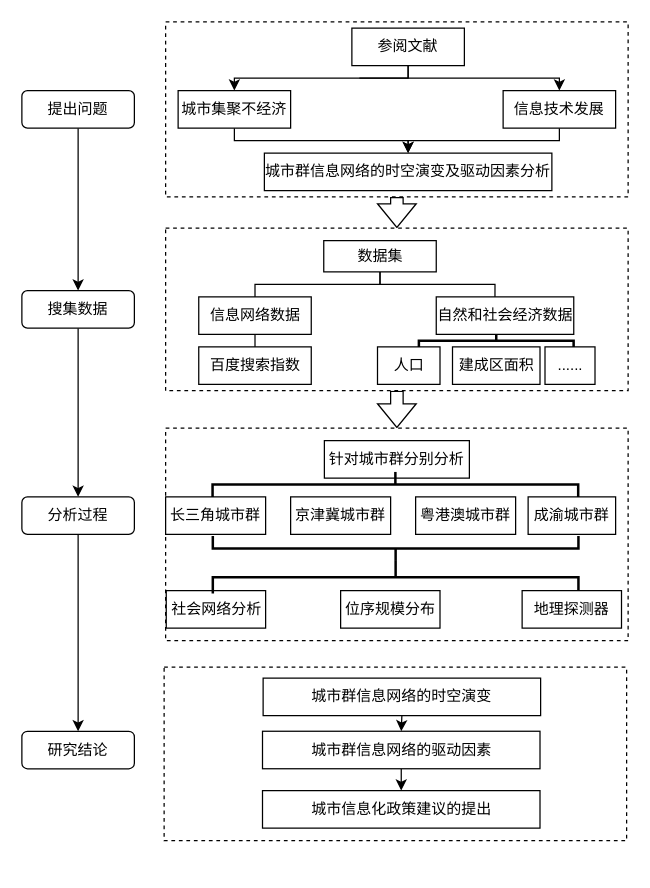
PhysicsZhang/KnowledgeGraph keeps this draw.io diagram as 0415.drawio. Above is the earlier version. Source tidied: cells renumbered, new cells numbered last; positions are measured from the earlier drawing's top-left corner, leaving out a move shared by most shapes. Both pictures are drawn from the tidied source at 125%, with x=0, y=0 at pixel (21, 21).
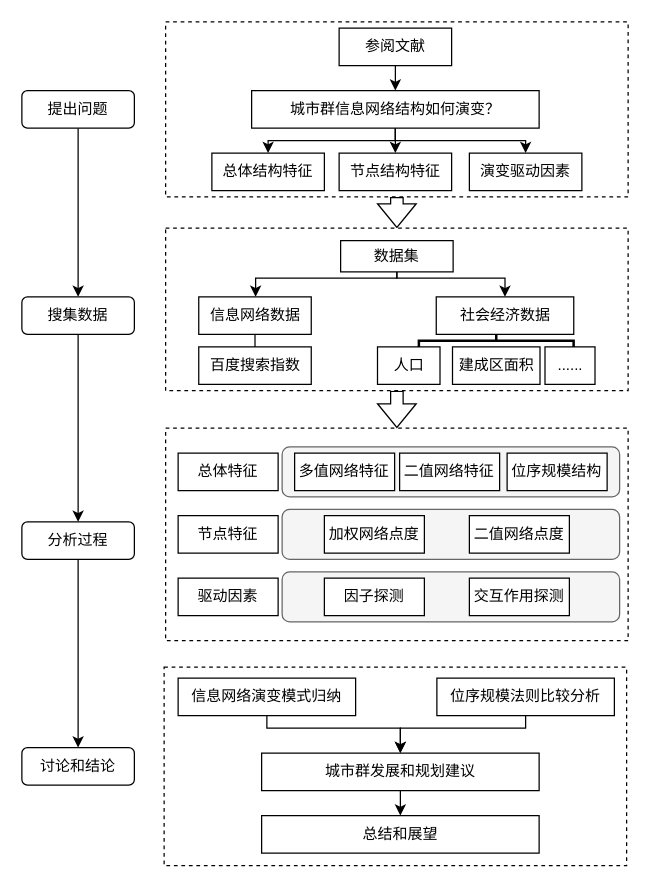
The same page after the edit.

The change refers to these unchanged cells:
```xml
<mxCell id="25" value="信息网络数据" style="rounded=0;whiteSpace=wrap;html=1;" parent="1" vertex="1">
  <mxGeometry x="141.5" y="220" width="90" height="30" as="geometry" />
</mxCell>
```

Change to the diagram source:
```diff
@@
+    <mxCell id="32" style="rounded=0;whiteSpace=wrap;html=1;dashed=1;" parent="1" vertex="1">
+      <mxGeometry x="115" y="325" width="370" height="170" as="geometry" />
+    </mxCell>
+    <mxCell id="50" style="rounded=1;whiteSpace=wrap;html=1;fillColor=#f5f5f5;fontColor=#333333;strokeColor=#666666;" parent="1" vertex="1">
+      <mxGeometry x="208.2" y="340" width="270" height="40" as="geometry" />
+    </mxCell>
@@
     <mxCell id="5" value="搜集数据" style="rounded=1;whiteSpace=wrap;html=1;" parent="1" vertex="1">
-      <mxGeometry y="215" width="90" height="30" as="geometry" />
+      <mxGeometry y="220" width="90" height="30" as="geometry" />
     </mxCell>
@@
     <mxCell id="7" value="分析过程" style="rounded=1;whiteSpace=wrap;html=1;" parent="1" vertex="1">
-      <mxGeometry y="380" width="90" height="30" as="geometry" />
+      <mxGeometry y="400" width="90" height="30" as="geometry" />
     </mxCell>
-    <mxCell id="8" value="研究结论" style="rounded=1;whiteSpace=wrap;html=1;" parent="1" vertex="1">
-      <mxGeometry y="567.5" width="90" height="30" as="geometry" />
+    <mxCell id="8" value="讨论和结论" style="rounded=1;whiteSpace=wrap;html=1;" parent="1" vertex="1">
+      <mxGeometry y="580.6" width="90" height="30" as="geometry" />
     </mxCell>
@@
-    <mxCell id="11" style="rounded=0;jettySize=auto;html=1;exitX=0.5;exitY=1;exitDx=0;exitDy=0;edgeStyle=orthogonalEdgeStyle;" parent="1" edge="1" source="13" target="15">
-      <mxGeometry relative="1" as="geometry">
-        <Array as="points">
-          <mxPoint x="309" y="45" />
-          <mxPoint x="170" y="45" />
-        </Array>
-      </mxGeometry>
-    </mxCell>
-    <mxCell id="12" style="edgeStyle=orthogonalEdgeStyle;rounded=0;jettySize=auto;html=1;exitX=0.5;exitY=1;exitDx=0;exitDy=0;entryX=0.5;entryY=0;entryDx=0;entryDy=0;" parent="1" edge="1" source="13" target="17">
-      <mxGeometry relative="1" as="geometry">
-        <Array as="points">
-          <mxPoint x="270" y="45" />
-          <mxPoint x="370" y="45" />
-        </Array>
-      </mxGeometry>
-    </mxCell>
+    <mxCell id="51" style="edgeStyle=orthogonalEdgeStyle;rounded=0;jettySize=auto;html=1;exitX=0.5;exitY=1;exitDx=0;exitDy=0;entryX=0.5;entryY=0;entryDx=0;entryDy=0;" parent="1" edge="1" source="13" target="18">
+      <mxGeometry relative="1" as="geometry" />
+    </mxCell>
     <mxCell id="13" value="参阅文献" style="rounded=0;whiteSpace=wrap;html=1;" parent="1" vertex="1">
-      <mxGeometry x="264" y="5" width="90" height="30" as="geometry" />
+      <mxGeometry x="253.8" y="5" width="90" height="30" as="geometry" />
     </mxCell>
-    <mxCell id="14" style="edgeStyle=orthogonalEdgeStyle;rounded=0;jettySize=auto;html=1;exitX=0.5;exitY=1;exitDx=0;exitDy=0;entryX=0.5;entryY=0;entryDx=0;entryDy=0;" parent="1" edge="1" source="15" target="18">
-      <mxGeometry relative="1" as="geometry">
-        <Array as="points">
-          <mxPoint x="170" y="95" />
-          <mxPoint x="309" y="95" />
-        </Array>
-      </mxGeometry>
-    </mxCell>
-    <mxCell id="15" value="城市集聚不经济" style="rounded=0;whiteSpace=wrap;html=1;" parent="1" vertex="1">
-      <mxGeometry x="125" y="55" width="90" height="30" as="geometry" />
+    <mxCell id="15" value="总体结构特征" style="rounded=0;whiteSpace=wrap;html=1;" parent="1" vertex="1">
+      <mxGeometry x="152" y="105" width="90" height="30" as="geometry" />
     </mxCell>
-    <mxCell id="16" style="edgeStyle=orthogonalEdgeStyle;rounded=0;jettySize=auto;html=1;exitX=0.5;exitY=1;exitDx=0;exitDy=0;entryX=0.5;entryY=0;entryDx=0;entryDy=0;" parent="1" edge="1" source="17" target="18">
-      <mxGeometry relative="1" as="geometry">
-        <Array as="points">
-          <mxPoint x="370" y="95" />
-          <mxPoint x="270" y="95" />
-        </Array>
-      </mxGeometry>
-    </mxCell>
-    <mxCell id="17" value="信息技术发展" style="rounded=0;whiteSpace=wrap;html=1;" parent="1" vertex="1">
-      <mxGeometry x="385" y="55" width="90" height="30" as="geometry" />
+    <mxCell id="17" value="演变驱动因素" style="rounded=0;whiteSpace=wrap;html=1;" parent="1" vertex="1">
+      <mxGeometry x="358" y="105" width="90" height="30" as="geometry" />
     </mxCell>
+    <mxCell id="52" style="edgeStyle=orthogonalEdgeStyle;rounded=0;jettySize=auto;html=1;exitX=0.5;exitY=1;exitDx=0;exitDy=0;entryX=0.5;entryY=0;entryDx=0;entryDy=0;" parent="1" edge="1" source="18" target="15">
+      <mxGeometry relative="1" as="geometry">
+        <Array as="points">
+          <mxPoint x="299" y="95" />
+          <mxPoint x="197" y="95" />
+        </Array>
+      </mxGeometry>
+    </mxCell>
+    <mxCell id="53" style="edgeStyle=orthogonalEdgeStyle;rounded=0;jettySize=auto;html=1;exitX=0.5;exitY=1;exitDx=0;exitDy=0;entryX=0.5;entryY=0;entryDx=0;entryDy=0;" parent="1" edge="1" source="18" target="57">
+      <mxGeometry relative="1" as="geometry" />
+    </mxCell>
+    <mxCell id="54" style="edgeStyle=orthogonalEdgeStyle;rounded=0;jettySize=auto;html=1;exitX=0.5;exitY=1;exitDx=0;exitDy=0;entryX=0.5;entryY=0;entryDx=0;entryDy=0;" parent="1" edge="1" source="18" target="17">
+      <mxGeometry relative="1" as="geometry">
+        <Array as="points">
+          <mxPoint x="299" y="95" />
+          <mxPoint x="403" y="95" />
+        </Array>
+      </mxGeometry>
+    </mxCell>
-    <mxCell id="18" value="城市群信息网络的时空演变及驱动因素分析" style="rounded=0;whiteSpace=wrap;html=1;" parent="1" vertex="1">
-      <mxGeometry x="194" y="105" width="230" height="30" as="geometry" />
+    <mxCell id="18" value="城市群信息网络结构如何演变？" style="rounded=0;whiteSpace=wrap;html=1;" parent="1" vertex="1">
+      <mxGeometry x="183.8" y="55" width="230" height="30" as="geometry" />
     </mxCell>
@@
-    <mxCell id="21" style="edgeStyle=orthogonalEdgeStyle;rounded=0;jettySize=auto;html=1;exitX=0.5;exitY=1;exitDx=0;exitDy=0;endArrow=none;endFill=0;" parent="1" edge="1" source="23" target="25">
+    <mxCell id="21" style="edgeStyle=orthogonalEdgeStyle;rounded=0;jettySize=auto;html=1;exitX=0.5;exitY=1;exitDx=0;exitDy=0;" parent="1" edge="1" source="23" target="25">
       <mxGeometry relative="1" as="geometry">
         <Array as="points">
-          <mxPoint x="186.5" y="210" />
+          <mxPoint x="300" y="205" />
+          <mxPoint x="187" y="205" />
         </Array>
       </mxGeometry>
     </mxCell>
-    <mxCell id="22" style="edgeStyle=orthogonalEdgeStyle;rounded=0;jettySize=auto;html=1;exitX=0.5;exitY=1;exitDx=0;exitDy=0;entryX=0.427;entryY=0.033;entryDx=0;entryDy=0;endArrow=none;endFill=0;entryPerimeter=0;" parent="1" edge="1" source="23" target="26">
+    <mxCell id="22" style="edgeStyle=orthogonalEdgeStyle;rounded=0;jettySize=auto;html=1;exitX=0.5;exitY=1;exitDx=0;exitDy=0;entryX=0.5;entryY=0;entryDx=0;entryDy=0;" parent="1" edge="1" source="23" target="26">
       <mxGeometry relative="1" as="geometry">
         <Array as="points">
-          <mxPoint x="286.5" y="210" />
-          <mxPoint x="378.5" y="210" />
+          <mxPoint x="300" y="205" />
+          <mxPoint x="387" y="205" />
         </Array>
       </mxGeometry>
     </mxCell>
     <mxCell id="23" value="数据集" style="rounded=0;whiteSpace=wrap;html=1;" parent="1" vertex="1">
-      <mxGeometry x="241.5" y="175" width="90" height="25" as="geometry" />
+      <mxGeometry x="255" y="175" width="90" height="25" as="geometry" />
     </mxCell>
@@
-    <mxCell id="26" value="自然和社会经济数据" style="rounded=0;whiteSpace=wrap;html=1;" parent="1" vertex="1">
+    <mxCell id="26" value="社会经济数据" style="rounded=0;whiteSpace=wrap;html=1;" parent="1" vertex="1">
       <mxGeometry x="331.5" y="220" width="110" height="30" as="geometry" />
     </mxCell>
@@
-    <mxCell id="32" style="rounded=0;whiteSpace=wrap;html=1;dashed=1;" parent="1" vertex="1">
-      <mxGeometry x="115" y="325" width="370" height="170" as="geometry" />
-    </mxCell>
-    <mxCell id="33" value="针对城市群分别分析" style="rounded=0;whiteSpace=wrap;html=1;" parent="1" vertex="1">
-      <mxGeometry x="242" y="335" width="116" height="30" as="geometry" />
-    </mxCell>
-    <mxCell id="34" value="社会网络分析" style="rounded=0;whiteSpace=wrap;html=1;" parent="1" vertex="1">
-      <mxGeometry x="115.5" y="455" width="79.5" height="30" as="geometry" />
-    </mxCell>
-    <mxCell id="35" value="长三角城市群" style="rounded=0;whiteSpace=wrap;html=1;" parent="1" vertex="1">
-      <mxGeometry x="115" y="380" width="80" height="30" as="geometry" />
+    <mxCell id="35" value="总体特征" style="rounded=0;whiteSpace=wrap;html=1;" parent="1" vertex="1">
+      <mxGeometry x="125" y="345" width="80" height="30" as="geometry" />
     </mxCell>
-    <mxCell id="36" value="京津冀城市群" style="rounded=0;whiteSpace=wrap;html=1;" parent="1" vertex="1">
-      <mxGeometry x="215" y="380" width="80" height="30" as="geometry" />
-    </mxCell>
-    <mxCell id="37" value="粤港澳城市群" style="rounded=0;whiteSpace=wrap;html=1;" parent="1" vertex="1">
-      <mxGeometry x="315" y="380" width="80" height="30" as="geometry" />
-    </mxCell>
-    <mxCell id="38" value="成渝城市群" style="rounded=0;whiteSpace=wrap;html=1;" parent="1" vertex="1">
-      <mxGeometry x="405" y="380" width="70" height="30" as="geometry" />
-    </mxCell>
-    <mxCell id="39" style="strokeWidth=2;html=1;shape=mxgraph.flowchart.annotation_2;align=left;labelPosition=right;rotation=90;" parent="1" vertex="1">
-      <mxGeometry x="288.8" y="223.8" width="20" height="292.5" as="geometry" />
-    </mxCell>
-    <mxCell id="40" style="strokeWidth=2;html=1;shape=mxgraph.flowchart.annotation_2;align=left;labelPosition=right;rotation=-90;" parent="1" vertex="1">
-      <mxGeometry x="289" y="275" width="20" height="292.5" as="geometry" />
-    </mxCell>
-    <mxCell id="41" style="strokeWidth=2;html=1;shape=mxgraph.flowchart.annotation_2;align=left;labelPosition=right;rotation=90;" parent="1" vertex="1">
-      <mxGeometry x="286" y="298" width="26" height="292.5" as="geometry" />
-    </mxCell>
-    <mxCell id="42" value="位序规模分布" style="rounded=0;whiteSpace=wrap;html=1;" parent="1" vertex="1">
-      <mxGeometry x="255" y="455" width="79.5" height="30" as="geometry" />
-    </mxCell>
-    <mxCell id="43" value="地理探测器" style="rounded=0;whiteSpace=wrap;html=1;" parent="1" vertex="1">
-      <mxGeometry x="400.2" y="455" width="79.5" height="30" as="geometry" />
-    </mxCell>
     <mxCell id="44" style="rounded=0;whiteSpace=wrap;html=1;dashed=1;" parent="1" vertex="1">
-      <mxGeometry x="113.8" y="516.2" width="370" height="138.8" as="geometry" />
+      <mxGeometry x="113.8" y="516.2" width="370" height="158.8" as="geometry" />
     </mxCell>
-    <mxCell id="45" style="edgeStyle=orthogonalEdgeStyle;rounded=0;jettySize=auto;html=1;exitX=0.5;exitY=1;exitDx=0;exitDy=0;entryX=0.5;entryY=0;entryDx=0;entryDy=0;" parent="1" edge="1" source="46" target="48">
-      <mxGeometry relative="1" as="geometry" />
-    </mxCell>
+    <mxCell id="55" style="edgeStyle=orthogonalEdgeStyle;rounded=0;jettySize=auto;html=1;exitX=0.5;exitY=1;exitDx=0;exitDy=0;entryX=0.5;entryY=0;entryDx=0;entryDy=0;" parent="1" edge="1" source="46" target="49">
+      <mxGeometry relative="1" as="geometry">
+        <Array as="points">
+          <mxPoint x="196" y="565" />
+          <mxPoint x="303" y="565" />
+        </Array>
+      </mxGeometry>
+    </mxCell>
-    <mxCell id="46" value="城市群信息网络的时空演变" style="rounded=0;whiteSpace=wrap;html=1;" parent="1" vertex="1">
-      <mxGeometry x="193" y="525" width="222" height="30" as="geometry" />
+    <mxCell id="46" value="信息网络演变模式归纳" style="rounded=0;whiteSpace=wrap;html=1;" parent="1" vertex="1">
+      <mxGeometry x="125" y="525" width="142" height="30" as="geometry" />
     </mxCell>
-    <mxCell id="47" style="edgeStyle=orthogonalEdgeStyle;rounded=0;jettySize=auto;html=1;exitX=0.5;exitY=1;exitDx=0;exitDy=0;entryX=0.5;entryY=0;entryDx=0;entryDy=0;" parent="1" edge="1" source="48" target="49">
-      <mxGeometry relative="1" as="geometry" />
-    </mxCell>
-    <mxCell id="48" value="城市群信息网络的驱动因素" style="rounded=0;whiteSpace=wrap;html=1;" parent="1" vertex="1">
-      <mxGeometry x="192.5" y="567.5" width="222" height="30" as="geometry" />
-    </mxCell>
+    <mxCell id="56" style="edgeStyle=orthogonalEdgeStyle;rounded=0;jettySize=auto;html=1;exitX=0.5;exitY=1;exitDx=0;exitDy=0;entryX=0.5;entryY=0;entryDx=0;entryDy=0;" parent="1" edge="1" source="49" target="71">
+      <mxGeometry relative="1" as="geometry" />
+    </mxCell>
-    <mxCell id="49" value="城市信息化政策建议的提出" style="rounded=0;whiteSpace=wrap;html=1;" parent="1" vertex="1">
-      <mxGeometry x="192.5" y="615" width="222" height="30" as="geometry" />
+    <mxCell id="49" value="城市群发展和规划建议" style="rounded=0;whiteSpace=wrap;html=1;" parent="1" vertex="1">
+      <mxGeometry x="191.8" y="585" width="222" height="30" as="geometry" />
     </mxCell>
+    <mxCell id="57" value="节点结构特征" style="rounded=0;whiteSpace=wrap;html=1;" parent="1" vertex="1">
+      <mxGeometry x="253.8" y="105" width="90" height="30" as="geometry" />
+    </mxCell>
+    <mxCell id="58" value="节点特征" style="rounded=0;whiteSpace=wrap;html=1;" parent="1" vertex="1">
+      <mxGeometry x="125" y="395" width="80" height="30" as="geometry" />
+    </mxCell>
+    <mxCell id="59" value="驱动因素" style="rounded=0;whiteSpace=wrap;html=1;" parent="1" vertex="1">
+      <mxGeometry x="125" y="445" width="80" height="30" as="geometry" />
+    </mxCell>
+    <mxCell id="60" value="多值网络特征" style="rounded=0;whiteSpace=wrap;html=1;" parent="1" vertex="1">
+      <mxGeometry x="218.2" y="345" width="80" height="30" as="geometry" />
+    </mxCell>
+    <mxCell id="61" value="二值网络特征" style="rounded=0;whiteSpace=wrap;html=1;" parent="1" vertex="1">
+      <mxGeometry x="302.2" y="345" width="80" height="30" as="geometry" />
+    </mxCell>
+    <mxCell id="62" value="位序规模结构" style="rounded=0;whiteSpace=wrap;html=1;" parent="1" vertex="1">
+      <mxGeometry x="388.2" y="345" width="80" height="30" as="geometry" />
+    </mxCell>
+    <mxCell id="63" style="rounded=1;whiteSpace=wrap;html=1;fillColor=#f5f5f5;fontColor=#333333;strokeColor=#666666;" parent="1" vertex="1">
+      <mxGeometry x="208.2" y="390" width="270" height="40" as="geometry" />
+    </mxCell>
+    <mxCell id="64" value="加权网络点度" style="rounded=0;whiteSpace=wrap;html=1;" parent="1" vertex="1">
+      <mxGeometry x="242" y="395" width="80" height="30" as="geometry" />
+    </mxCell>
+    <mxCell id="65" value="二值网络点度" style="rounded=0;whiteSpace=wrap;html=1;" parent="1" vertex="1">
+      <mxGeometry x="358" y="395" width="80" height="30" as="geometry" />
+    </mxCell>
+    <mxCell id="66" style="rounded=1;whiteSpace=wrap;html=1;fillColor=#f5f5f5;fontColor=#333333;strokeColor=#666666;" parent="1" vertex="1">
+      <mxGeometry x="208.2" y="440" width="270" height="40" as="geometry" />
+    </mxCell>
+    <mxCell id="67" value="因子探测" style="rounded=0;whiteSpace=wrap;html=1;" parent="1" vertex="1">
+      <mxGeometry x="242" y="445" width="80" height="30" as="geometry" />
+    </mxCell>
+    <mxCell id="68" value="交互作用探测" style="rounded=0;whiteSpace=wrap;html=1;" parent="1" vertex="1">
+      <mxGeometry x="358" y="445" width="80" height="30" as="geometry" />
+    </mxCell>
+    <mxCell id="69" style="edgeStyle=orthogonalEdgeStyle;rounded=0;jettySize=auto;html=1;exitX=0.5;exitY=1;exitDx=0;exitDy=0;entryX=0.5;entryY=0;entryDx=0;entryDy=0;" parent="1" edge="1" source="70" target="49">
+      <mxGeometry relative="1" as="geometry">
+        <Array as="points">
+          <mxPoint x="403" y="565" />
+          <mxPoint x="303" y="565" />
+        </Array>
+      </mxGeometry>
+    </mxCell>
+    <mxCell id="70" value="位序规模法则比较分析" style="rounded=0;whiteSpace=wrap;html=1;" parent="1" vertex="1">
+      <mxGeometry x="332" y="525" width="142" height="30" as="geometry" />
+    </mxCell>
+    <mxCell id="71" value="总结和展望" style="rounded=0;whiteSpace=wrap;html=1;" parent="1" vertex="1">
+      <mxGeometry x="191.8" y="635" width="222" height="30" as="geometry" />
+    </mxCell>
```
